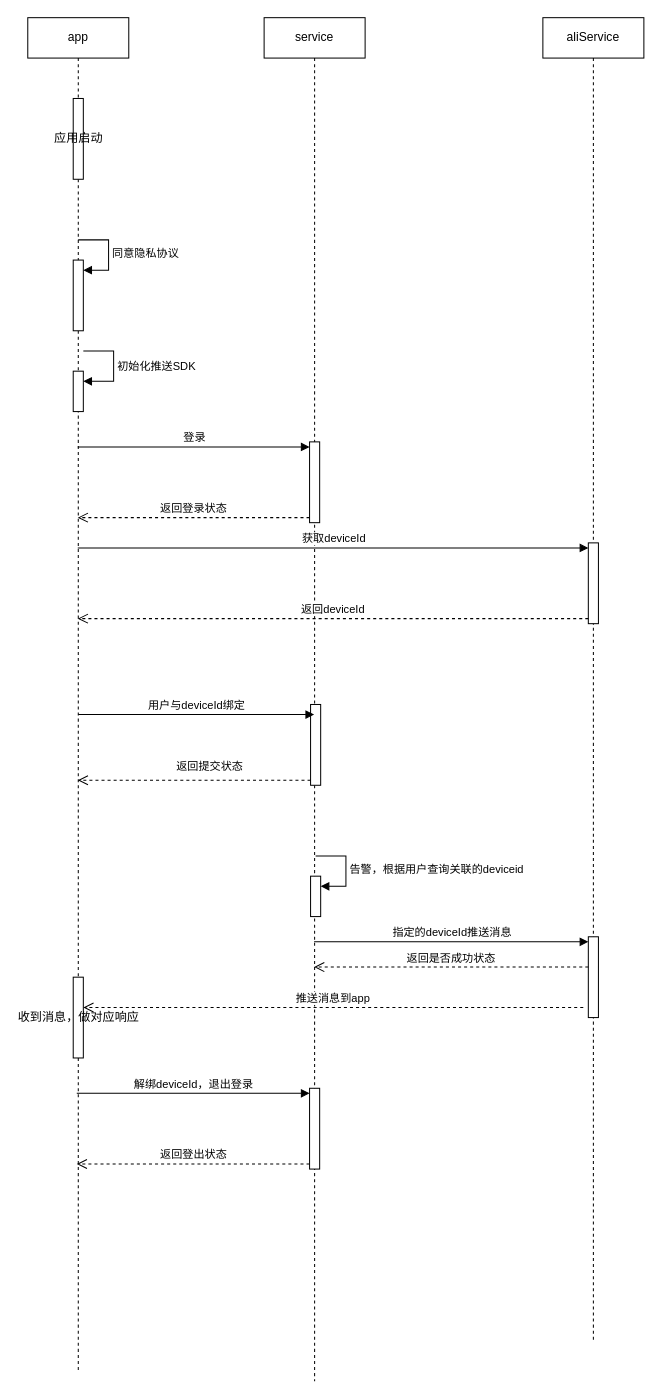
Before: 推送设计.drawio in geeker-cmc/css3, a draw.io diagram. Source tidied: cells renumbered, new cells numbered last; positions are measured from the earlier drawing's top-left corner, leaving out a move shared by most shapes. Both pictures are drawn from the tidied source at 101%, with x=0, y=0 at pixel (27, 17).
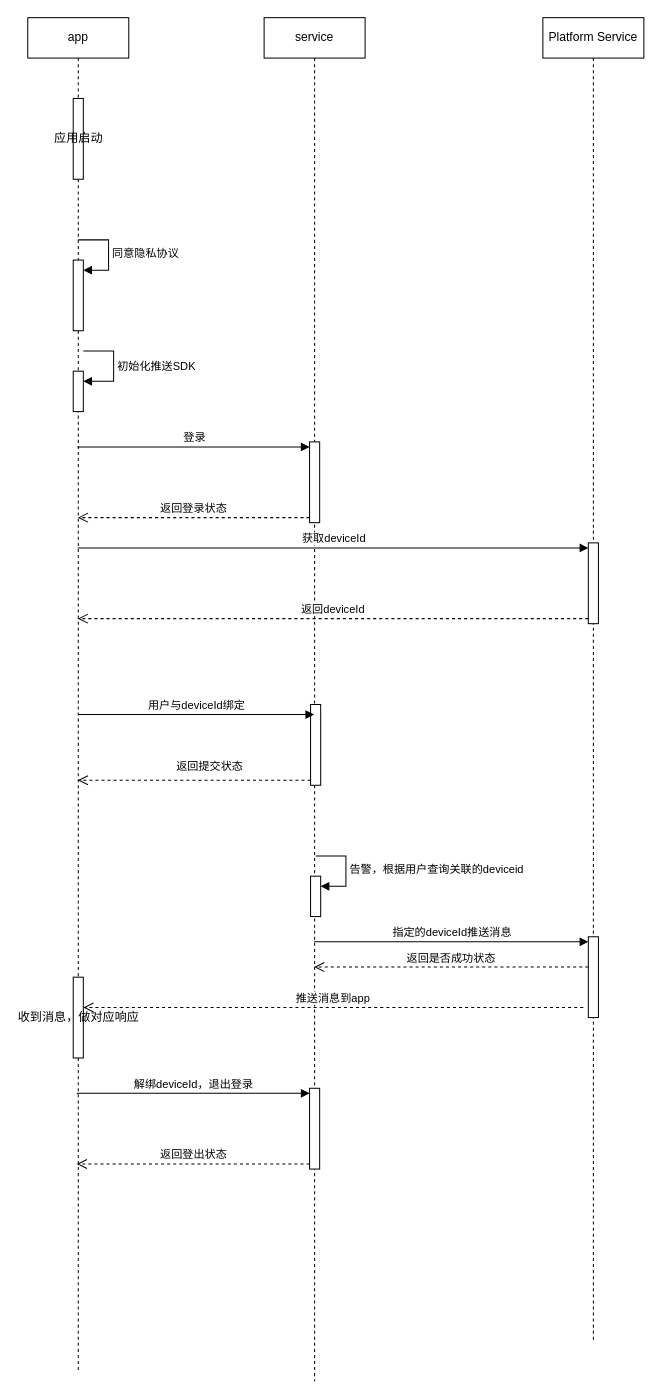
After the change.

Commit message:
更新推送设计.drawio

The edit, as a diff of the source:
```diff
@@
-    <mxCell id="14" value="aliService" style="shape=umlLifeline;perimeter=lifelinePerimeter;whiteSpace=wrap;html=1;newEdgeStyle={&quot;curved&quot;:0,&quot;rounded&quot;:0};" parent="1" vertex="1">
+    <mxCell id="14" value="Platform Service" style="shape=umlLifeline;perimeter=lifelinePerimeter;whiteSpace=wrap;html=1;newEdgeStyle={&quot;curved&quot;:0,&quot;rounded&quot;:0};" parent="1" vertex="1">
       <mxGeometry x="510" width="100" height="1310" as="geometry" />
     </mxCell>
```
